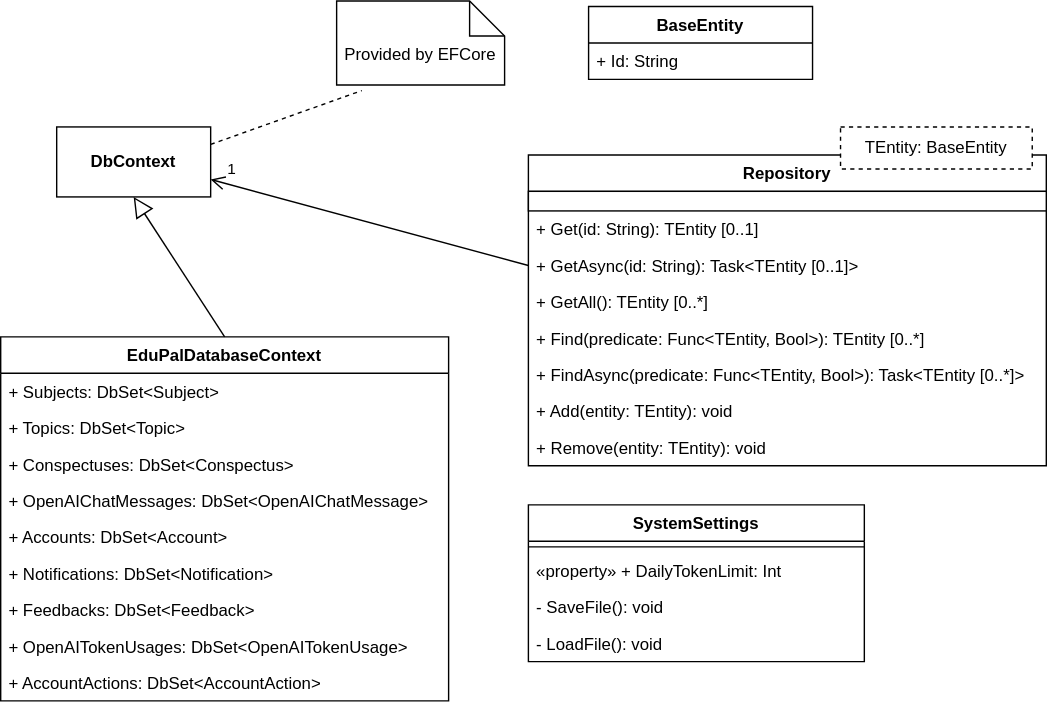
Earlier version of the draw.io export lab2diags/logical-view/data-access.drawio.svg (piatrashkakanstantinass/psi2). Source tidied: cells renumbered, new cells last; positions are measured from the earlier drawing's top-left corner, leaving out a move shared by most shapes. Source of this version:
```xml
<mxGraphModel>
  <root>
    <mxCell id="0" />
    <mxCell id="1" parent="0" />
    <mxCell id="2" value="&lt;b&gt;DbContext&lt;/b&gt;" style="html=1;whiteSpace=wrap;" parent="1" vertex="1">
      <mxGeometry x="40" y="90" width="110" height="50" as="geometry" />
    </mxCell>
    <mxCell id="3" value="Provided by EFCore" style="shape=note2;boundedLbl=1;whiteSpace=wrap;html=1;size=25;verticalAlign=top;align=center;" parent="1" vertex="1">
      <mxGeometry x="240" width="120" height="60" as="geometry" />
    </mxCell>
    <mxCell id="4" style="endArrow=none;dashed=1;html=1;rounded=0;exitX=1;exitY=0.25;exitDx=0;exitDy=0;entryX=0.15;entryY=1.067;entryDx=0;entryDy=0;entryPerimeter=0;" parent="1" edge="1" source="2" target="3">
      <mxGeometry relative="1" as="geometry" />
    </mxCell>
    <mxCell id="5" value="EduPalDatabaseContext" style="swimlane;fontStyle=1;align=center;verticalAlign=top;horizontal=1;startSize=26;whiteSpace=wrap;html=1;" parent="1" vertex="1">
      <mxGeometry y="240" width="320" height="260" as="geometry" />
    </mxCell>
    <mxCell id="6" value="+ Subjects: DbSet&amp;lt;Subject&amp;gt;" style="text;strokeColor=none;fillColor=none;align=left;verticalAlign=top;spacingLeft=4;spacingRight=4;overflow=hidden;whiteSpace=wrap;html=1;" parent="5" vertex="1">
      <mxGeometry y="26" width="320" height="26" as="geometry" />
    </mxCell>
    <mxCell id="7" value="+ Topics: DbSet&amp;lt;Topic&amp;gt;" style="text;strokeColor=none;fillColor=none;align=left;verticalAlign=top;spacingLeft=4;spacingRight=4;overflow=hidden;whiteSpace=wrap;html=1;" parent="5" vertex="1">
      <mxGeometry y="52" width="320" height="26" as="geometry" />
    </mxCell>
    <mxCell id="8" value="+ Conspectuses: DbSet&amp;lt;Conspectus&amp;gt;" style="text;strokeColor=none;fillColor=none;align=left;verticalAlign=top;spacingLeft=4;spacingRight=4;overflow=hidden;whiteSpace=wrap;html=1;" parent="5" vertex="1">
      <mxGeometry y="78" width="320" height="26" as="geometry" />
    </mxCell>
    <mxCell id="9" value="+ OpenAIChatMessages: DbSet&amp;lt;OpenAIChatMessage&amp;gt;" style="text;strokeColor=none;fillColor=none;align=left;verticalAlign=top;spacingLeft=4;spacingRight=4;overflow=hidden;whiteSpace=wrap;html=1;" parent="5" vertex="1">
      <mxGeometry y="104" width="320" height="26" as="geometry" />
    </mxCell>
    <mxCell id="10" value="+ Accounts: DbSet&amp;lt;Account&amp;gt;" style="text;strokeColor=none;fillColor=none;align=left;verticalAlign=top;spacingLeft=4;spacingRight=4;overflow=hidden;whiteSpace=wrap;html=1;" parent="5" vertex="1">
      <mxGeometry y="130" width="320" height="26" as="geometry" />
    </mxCell>
    <mxCell id="11" value="+ Notifications: DbSet&amp;lt;Notification&amp;gt;" style="text;strokeColor=none;fillColor=none;align=left;verticalAlign=top;spacingLeft=4;spacingRight=4;overflow=hidden;whiteSpace=wrap;html=1;" parent="5" vertex="1">
      <mxGeometry y="156" width="320" height="26" as="geometry" />
    </mxCell>
    <mxCell id="12" value="+ Feedbacks: DbSet&amp;lt;Feedback&amp;gt;" style="text;strokeColor=none;fillColor=none;align=left;verticalAlign=top;spacingLeft=4;spacingRight=4;overflow=hidden;whiteSpace=wrap;html=1;" parent="5" vertex="1">
      <mxGeometry y="182" width="320" height="26" as="geometry" />
    </mxCell>
    <mxCell id="13" value="+ OpenAITokenUsages: DbSet&amp;lt;OpenAITokenUsage&amp;gt;" style="text;strokeColor=none;fillColor=none;align=left;verticalAlign=top;spacingLeft=4;spacingRight=4;overflow=hidden;whiteSpace=wrap;html=1;" parent="5" vertex="1">
      <mxGeometry y="208" width="320" height="26" as="geometry" />
    </mxCell>
    <mxCell id="14" value="+ AccountActions: DbSet&amp;lt;AccountAction&amp;gt;" style="text;strokeColor=none;fillColor=none;align=left;verticalAlign=top;spacingLeft=4;spacingRight=4;overflow=hidden;whiteSpace=wrap;html=1;" parent="5" vertex="1">
      <mxGeometry y="234" width="320" height="26" as="geometry" />
    </mxCell>
    <mxCell id="15" style="edgeStyle=none;html=1;endSize=12;endArrow=block;endFill=0;rounded=0;entryX=0.5;entryY=1;entryDx=0;entryDy=0;exitX=0.5;exitY=0;exitDx=0;exitDy=0;" parent="1" edge="1" source="5" target="2">
      <mxGeometry relative="1" as="geometry" />
    </mxCell>
    <mxCell id="16" style="group;" parent="1" vertex="1">
      <mxGeometry x="377" y="90" width="370" height="176" as="geometry" />
    </mxCell>
    <mxCell id="17" value="Repository" style="swimlane;fontStyle=1;align=center;verticalAlign=top;horizontal=1;startSize=26;whiteSpace=wrap;html=1;" parent="16" vertex="1">
      <mxGeometry y="20" width="370" height="222" as="geometry" />
    </mxCell>
    <mxCell id="18" style="html=1;whiteSpace=wrap;" parent="17" vertex="1">
      <mxGeometry y="26" width="370" height="14" as="geometry" />
    </mxCell>
    <mxCell id="19" value="+ Get(id: String): TEntity [0..1]" style="text;strokeColor=none;fillColor=none;align=left;verticalAlign=top;spacingLeft=4;spacingRight=4;overflow=hidden;whiteSpace=wrap;html=1;" parent="17" vertex="1">
      <mxGeometry y="40" width="370" height="26" as="geometry" />
    </mxCell>
    <mxCell id="20" value="+ GetAsync(id: String): Task&amp;lt;TEntity [0..1]&amp;gt;" style="text;strokeColor=none;fillColor=none;align=left;verticalAlign=top;spacingLeft=4;spacingRight=4;overflow=hidden;points=[[0,0.5],[1,0.5]];portConstraint=eastwest;whiteSpace=wrap;html=1;" parent="17" vertex="1">
      <mxGeometry y="66" width="370" height="26" as="geometry" />
    </mxCell>
    <mxCell id="21" value="+ GetAll(): TEntity [0..*]" style="text;strokeColor=none;fillColor=none;align=left;verticalAlign=top;spacingLeft=4;spacingRight=4;overflow=hidden;whiteSpace=wrap;html=1;" parent="17" vertex="1">
      <mxGeometry y="92" width="370" height="26" as="geometry" />
    </mxCell>
    <mxCell id="22" value="+ Find(predicate: Func&amp;lt;TEntity, Bool&amp;gt;): TEntity [0..*]" style="text;strokeColor=none;fillColor=none;align=left;verticalAlign=top;spacingLeft=4;spacingRight=4;overflow=hidden;whiteSpace=wrap;html=1;" parent="17" vertex="1">
      <mxGeometry y="118" width="370" height="26" as="geometry" />
    </mxCell>
    <mxCell id="23" value="+ FindAsync(predicate: Func&amp;lt;TEntity, Bool&amp;gt;): Task&amp;lt;TEntity [0..*]&amp;gt;" style="text;strokeColor=none;fillColor=none;align=left;verticalAlign=top;spacingLeft=4;spacingRight=4;overflow=hidden;whiteSpace=wrap;html=1;" parent="17" vertex="1">
      <mxGeometry y="144" width="370" height="26" as="geometry" />
    </mxCell>
    <mxCell id="24" value="+ Add(entity: TEntity): void" style="text;strokeColor=none;fillColor=none;align=left;verticalAlign=top;spacingLeft=4;spacingRight=4;overflow=hidden;whiteSpace=wrap;html=1;" parent="17" vertex="1">
      <mxGeometry y="170" width="370" height="26" as="geometry" />
    </mxCell>
    <mxCell id="25" value="+ Remove(entity: TEntity): void" style="text;strokeColor=none;fillColor=none;align=left;verticalAlign=top;spacingLeft=4;spacingRight=4;overflow=hidden;whiteSpace=wrap;html=1;" parent="17" vertex="1">
      <mxGeometry y="196" width="370" height="26" as="geometry" />
    </mxCell>
    <mxCell id="26" value="TEntity: BaseEntity" style="fontStyle=0;dashed=1;html=1;whiteSpace=wrap;" parent="16" vertex="1">
      <mxGeometry x="223" width="137" height="30" as="geometry" />
    </mxCell>
    <mxCell id="27" style="endArrow=open;startArrow=none;endFill=0;startFill=0;endSize=8;html=1;verticalAlign=bottom;labelBackgroundColor=none;strokeWidth=1;rounded=0;entryX=1;entryY=0.75;entryDx=0;entryDy=0;exitX=0;exitY=0.5;exitDx=0;exitDy=0;" parent="1" edge="1" source="20" target="2">
      <mxGeometry relative="1" as="geometry" />
    </mxCell>
    <mxCell id="28" value="1" style="edgeLabel;html=1;align=center;verticalAlign=middle;" parent="27" vertex="1">
      <mxGeometry x="0.87" y="-1" relative="1" as="geometry">
        <mxPoint y="-11" as="offset" />
      </mxGeometry>
    </mxCell>
    <mxCell id="29" value="BaseEntity" style="swimlane;fontStyle=1;align=center;verticalAlign=top;horizontal=1;startSize=26;whiteSpace=wrap;html=1;" parent="1" vertex="1">
      <mxGeometry x="420" y="4" width="160" height="52" as="geometry" />
    </mxCell>
    <mxCell id="30" value="+ Id: String" style="text;strokeColor=none;fillColor=none;align=left;verticalAlign=top;spacingLeft=4;spacingRight=4;overflow=hidden;whiteSpace=wrap;html=1;" parent="29" vertex="1">
      <mxGeometry y="26" width="160" height="26" as="geometry" />
    </mxCell>
    <mxCell id="31" value="SystemSettings" style="swimlane;fontStyle=1;align=center;verticalAlign=top;horizontal=1;startSize=26;whiteSpace=wrap;html=1;" parent="1" vertex="1">
      <mxGeometry x="377" y="360" width="240" height="112" as="geometry" />
    </mxCell>
    <mxCell id="32" style="line;strokeWidth=1;fillColor=none;align=left;verticalAlign=middle;spacingTop=-1;spacingLeft=3;spacingRight=3;labelPosition=right;strokeColor=inherit;" parent="31" vertex="1">
      <mxGeometry y="26" width="240" height="8" as="geometry" />
    </mxCell>
    <mxCell id="33" value="«property» + DailyTokenLimit: Int" style="text;strokeColor=none;fillColor=none;align=left;verticalAlign=top;spacingLeft=4;spacingRight=4;overflow=hidden;whiteSpace=wrap;html=1;" parent="31" vertex="1">
      <mxGeometry y="34" width="240" height="26" as="geometry" />
    </mxCell>
    <mxCell id="34" value="- SaveFile(): void" style="text;strokeColor=none;fillColor=none;align=left;verticalAlign=top;spacingLeft=4;spacingRight=4;overflow=hidden;whiteSpace=wrap;html=1;" parent="31" vertex="1">
      <mxGeometry y="60" width="240" height="26" as="geometry" />
    </mxCell>
    <mxCell id="35" value="- LoadFile(): void" style="text;strokeColor=none;fillColor=none;align=left;verticalAlign=top;spacingLeft=4;spacingRight=4;overflow=hidden;whiteSpace=wrap;html=1;" parent="31" vertex="1">
      <mxGeometry y="86" width="240" height="26" as="geometry" />
    </mxCell>
  </root>
</mxGraphModel>
```
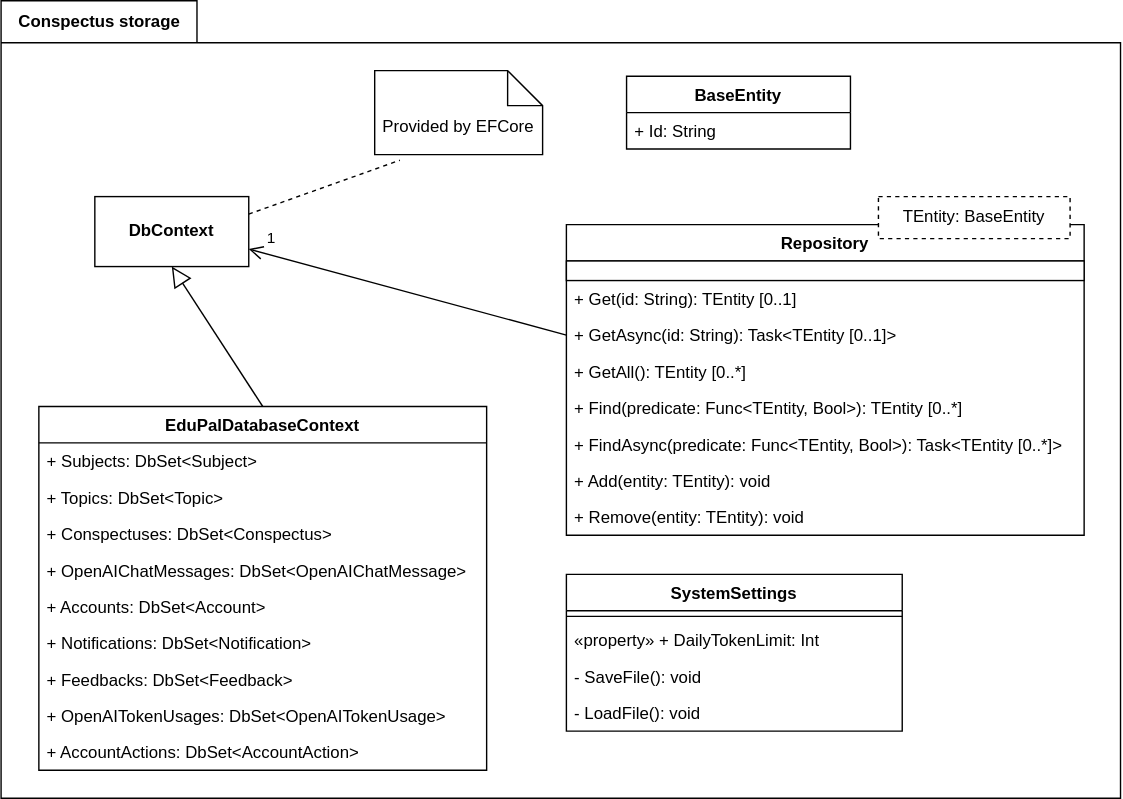
After the change.

Diff of the diagram source:
```diff
@@ -2,6 +2,14 @@
   <root>
     <mxCell id="0" />
     <mxCell id="1" parent="0" />
+    <mxCell id="36" value="Conspectus storage" style="shape=folder;fontStyle=1;tabWidth=140;tabHeight=30;tabPosition=left;html=1;boundedLbl=1;labelInHeader=1;" parent="1" vertex="1">
+      <mxGeometry x="-27" y="-50" width="800" height="570" as="geometry" />
+    </mxCell>
+    <mxCell id="37" style="html=1;strokeColor=none;fillColor=none;" parent="36" vertex="1">
+      <mxGeometry width="800" height="399" relative="1" as="geometry">
+        <mxPoint y="30" as="offset" />
+      </mxGeometry>
+    </mxCell>
     <mxCell id="2" value="&lt;b&gt;DbContext&lt;/b&gt;" style="html=1;whiteSpace=wrap;" parent="1" vertex="1">
       <mxGeometry x="40" y="90" width="110" height="50" as="geometry" />
     </mxCell>
```
